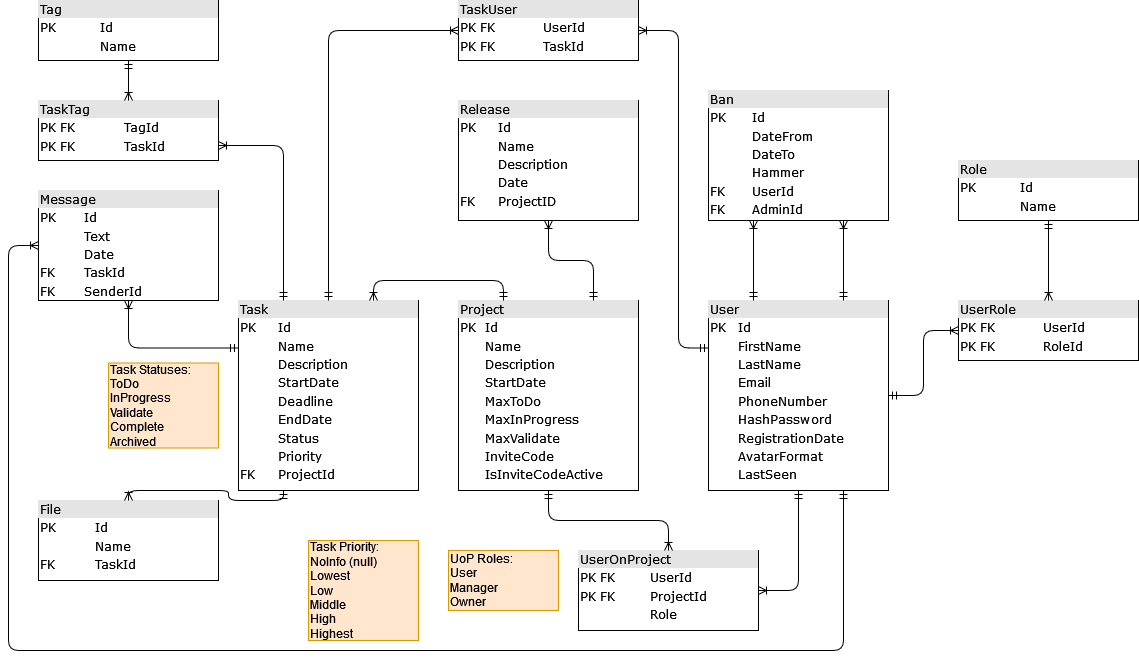
Before: Data/Diagrams/diagram.png, a diagram exported from draw.io (NktCHRN/EasyWork). Source tidied: cells renumbered, new cells last; positions are measured from the earlier drawing's top-left corner, leaving out a move shared by most shapes.
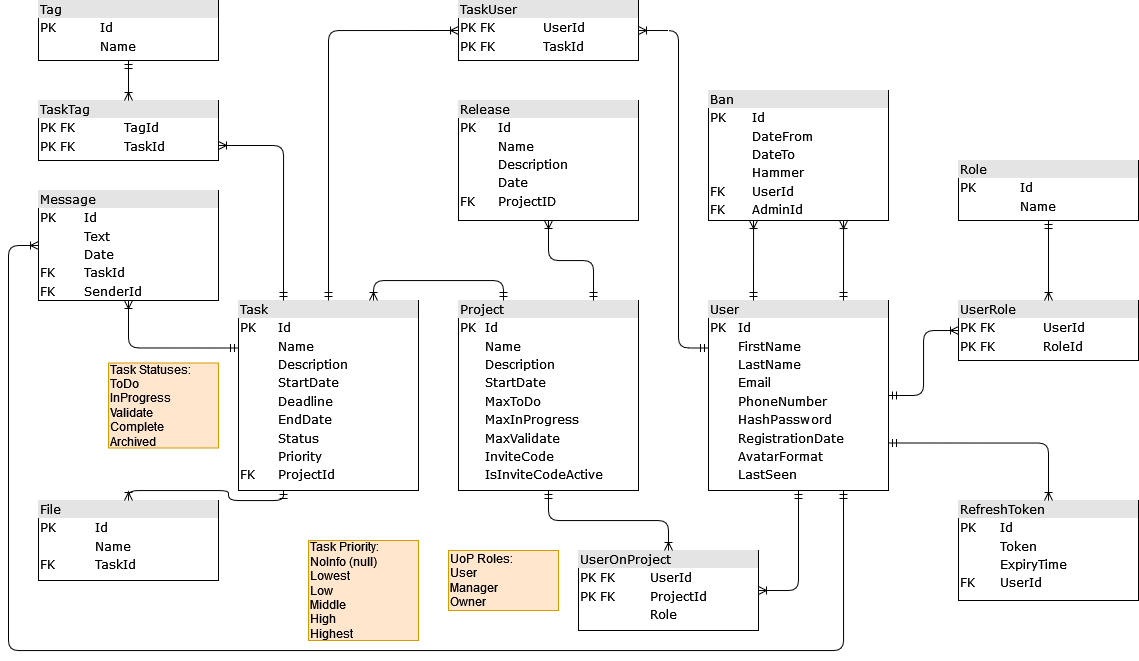
After the change.

Change to the diagram source:
```diff
@@ -144,5 +144,11 @@
         </Array>
       </mxGeometry>
     </mxCell>
+    <mxCell id="33" value="&lt;div style=&quot;box-sizing: border-box ; width: 100% ; background: #e4e4e4 ; padding: 2px&quot;&gt;RefreshToken&lt;/div&gt;&lt;table style=&quot;width: 100% ; font-size: 1em&quot; cellspacing=&quot;0&quot; cellpadding=&quot;2&quot;&gt;&lt;tbody&gt;&lt;tr&gt;&lt;td&gt;PK&lt;/td&gt;&lt;td&gt;Id&lt;/td&gt;&lt;/tr&gt;&lt;tr&gt;&lt;td&gt;&lt;br&gt;&lt;/td&gt;&lt;td&gt;Token&lt;/td&gt;&lt;/tr&gt;&lt;tr&gt;&lt;td&gt;&lt;br&gt;&lt;/td&gt;&lt;td&gt;ExpiryTime&lt;br&gt;&lt;/td&gt;&lt;/tr&gt;&lt;tr&gt;&lt;td&gt;FK&lt;br&gt;&lt;/td&gt;&lt;td&gt;UserId&lt;br&gt;&lt;/td&gt;&lt;/tr&gt;&lt;/tbody&gt;&lt;/table&gt;" style="verticalAlign=top;align=left;overflow=fill;html=1;rounded=0;shadow=0;comic=0;labelBackgroundColor=none;strokeWidth=1;fontFamily=Verdana;fontSize=12;" parent="1" vertex="1">
+      <mxGeometry x="950" y="500" width="180" height="100" as="geometry" />
+    </mxCell>
+    <mxCell id="34" style="edgeStyle=orthogonalEdgeStyle;html=1;labelBackgroundColor=none;startArrow=ERmandOne;endArrow=ERoneToMany;fontFamily=Verdana;fontSize=12;align=left;entryX=0.5;entryY=0;entryDx=0;entryDy=0;exitX=1;exitY=0.75;exitDx=0;exitDy=0;" parent="1" edge="1" source="2" target="33">
+      <mxGeometry relative="1" as="geometry" />
+    </mxCell>
   </root>
 </mxGraphModel>
```
